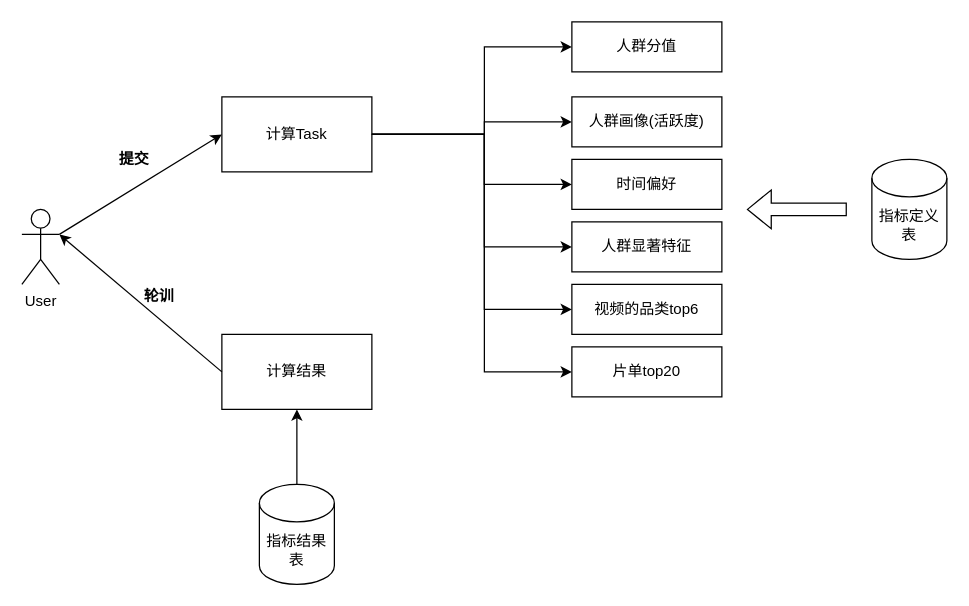
The draw.io diagram tx_2.3_dataflow.drawio in learn2Pro/draw_io_save, before the edit. Source tidied: cells renumbered, new cells numbered last; positions are measured from the earlier drawing's top-left corner, leaving out a move shared by most shapes. Both pictures are drawn from the tidied source at 125%, with x=0, y=0 at pixel (21, 21).
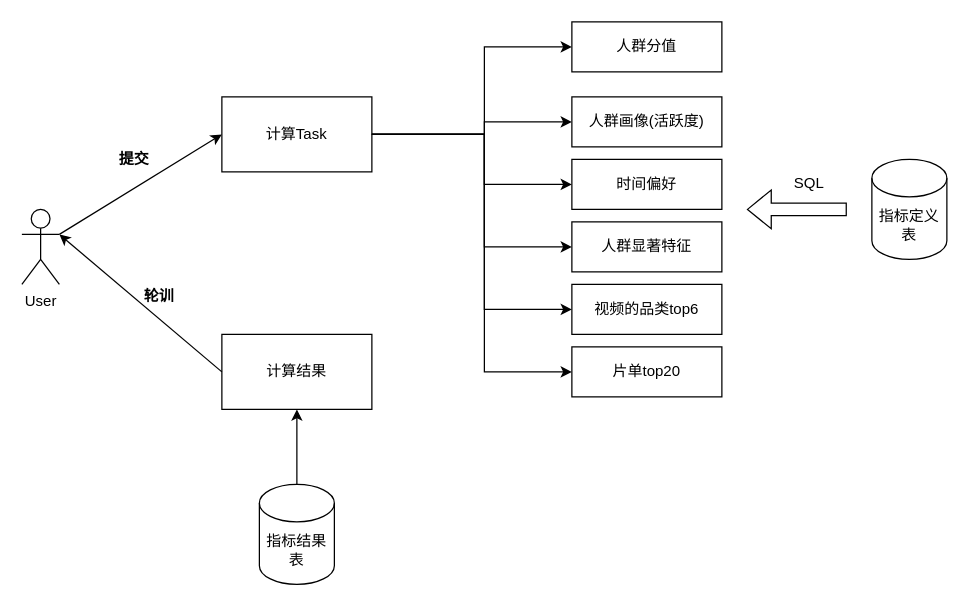
The same page after the edit.

What changed in the source:
```diff
@@
+    <mxCell id="25" value="SQL" style="text;html=1;strokeColor=none;fillColor=none;align=center;verticalAlign=middle;whiteSpace=wrap;rounded=0;" parent="1" vertex="1">
+      <mxGeometry x="600" y="114" width="60" height="30" as="geometry" />
+    </mxCell>
```
